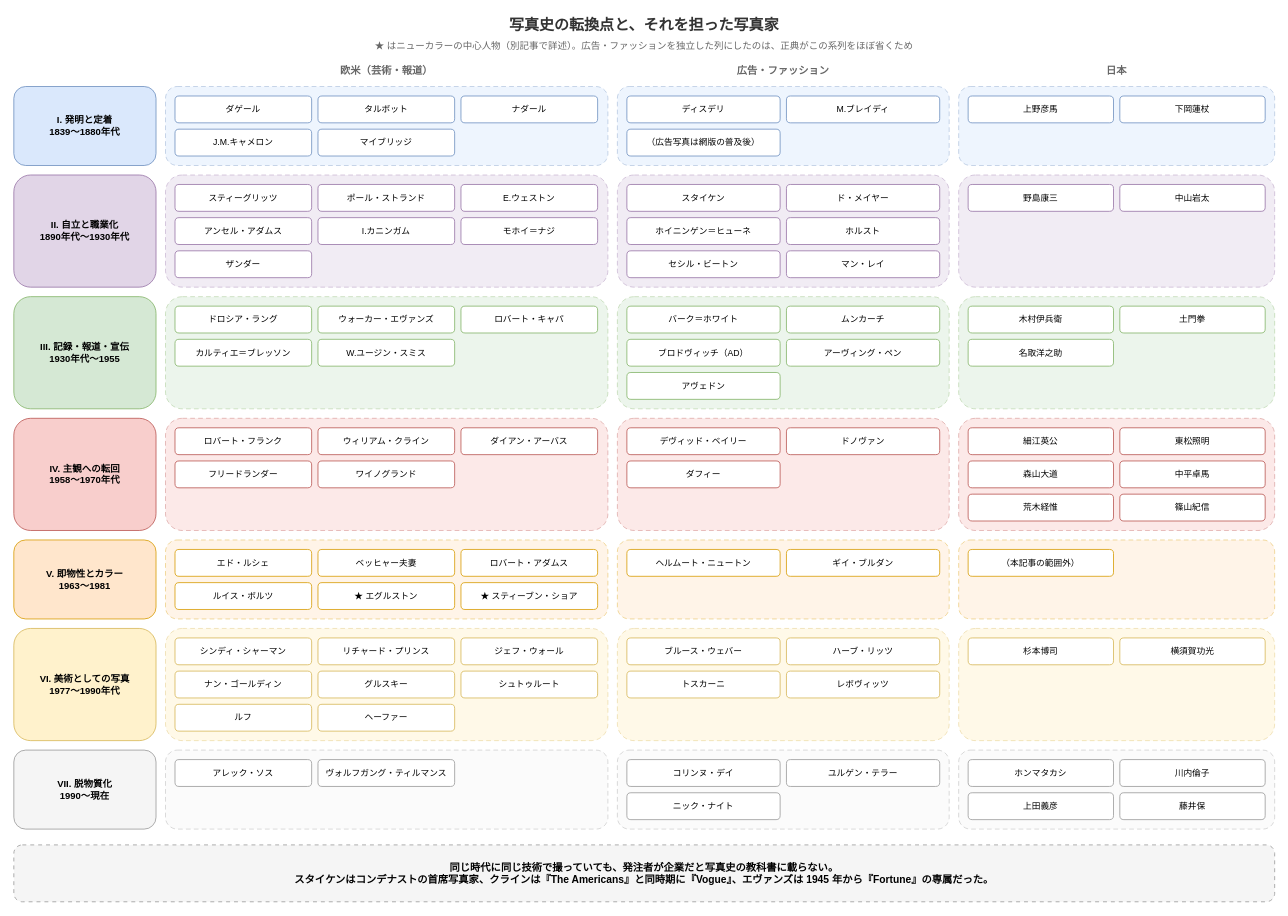
Above: static/images/photographers-by-era-map.drawio in hdknr/blogs (draw.io), before the change. Source tidied: cells renumbered, new cells numbered last; positions are measured from the earlier drawing's top-left corner, leaving out a move shared by most shapes. Both pictures are drawn from the tidied source at 79%, with x=0, y=0 at pixel (13, 13).
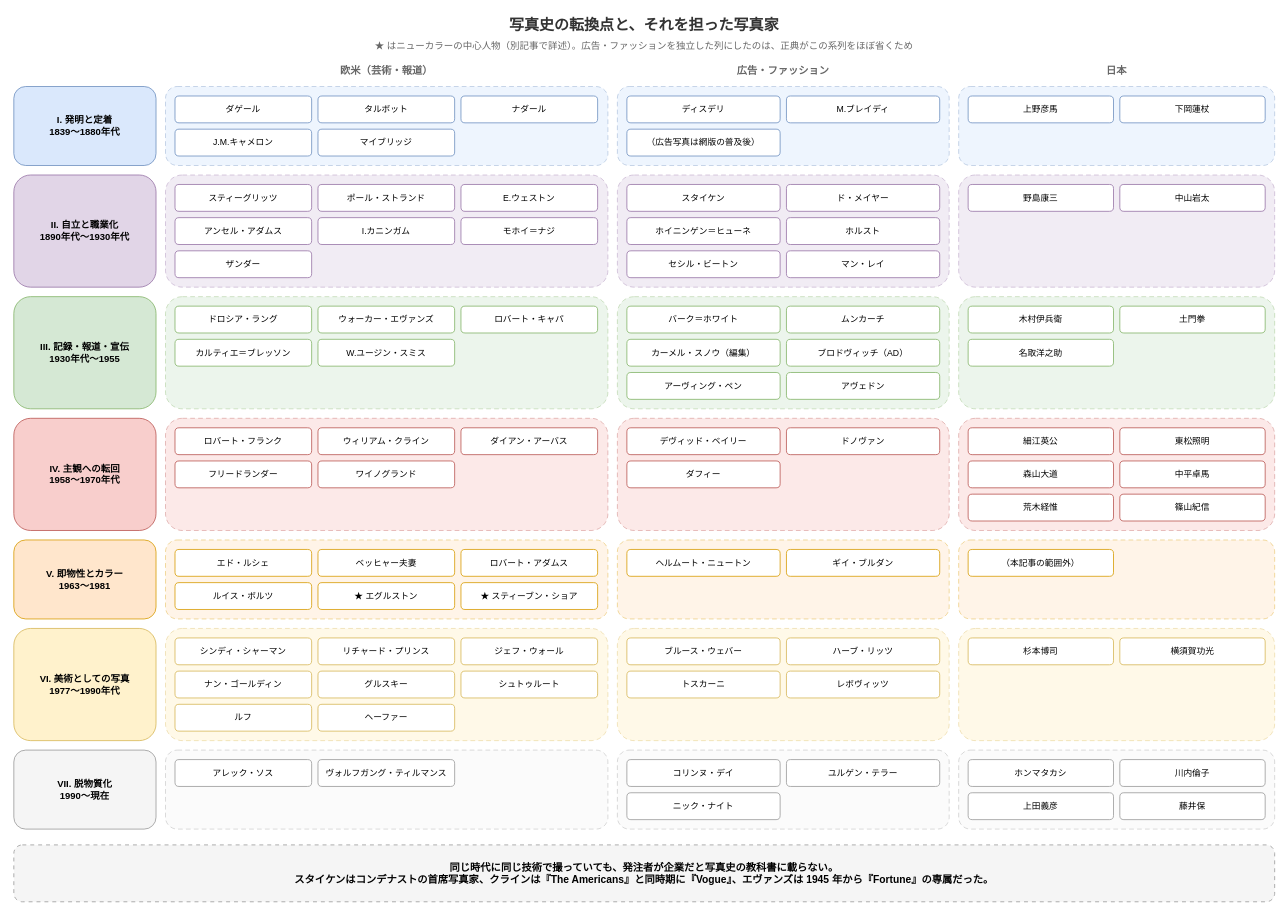
The same diagram, later.

The edit, as a diff of the source:
```diff
@@
-    <mxCell id="50" value="ブロドヴィッチ（AD）" style="rounded=1;whiteSpace=wrap;html=1;align=center;verticalAlign=middle;fontSize=11;fillColor=#ffffff;strokeColor=#82b366;" parent="1" vertex="1">
+    <mxCell id="50" value="カーメル・スノウ（編集）" style="rounded=1;whiteSpace=wrap;html=1;align=center;verticalAlign=middle;fontSize=11;fillColor=#ffffff;strokeColor=#82b366;" parent="1" vertex="1">
       <mxGeometry x="776" y="412" width="194" height="34" as="geometry" />
     </mxCell>
-    <mxCell id="51" value="アーヴィング・ペン" style="rounded=1;whiteSpace=wrap;html=1;align=center;verticalAlign=middle;fontSize=11;fillColor=#ffffff;strokeColor=#82b366;" parent="1" vertex="1">
+    <mxCell id="51" value="ブロドヴィッチ（AD）" style="rounded=1;whiteSpace=wrap;html=1;align=center;verticalAlign=middle;fontSize=11;fillColor=#ffffff;strokeColor=#82b366;" parent="1" vertex="1">
       <mxGeometry x="978" y="412" width="194" height="34" as="geometry" />
     </mxCell>
-    <mxCell id="52" value="アヴェドン" style="rounded=1;whiteSpace=wrap;html=1;align=center;verticalAlign=middle;fontSize=11;fillColor=#ffffff;strokeColor=#82b366;" parent="1" vertex="1">
+    <mxCell id="52" value="アーヴィング・ペン" style="rounded=1;whiteSpace=wrap;html=1;align=center;verticalAlign=middle;fontSize=11;fillColor=#ffffff;strokeColor=#82b366;" parent="1" vertex="1">
       <mxGeometry x="776" y="454" width="194" height="34" as="geometry" />
     </mxCell>
+    <mxCell id="120" value="アヴェドン" style="rounded=1;whiteSpace=wrap;html=1;align=center;verticalAlign=middle;fontSize=11;fillColor=#ffffff;strokeColor=#82b366;" parent="1" vertex="1">
+      <mxGeometry x="978" y="454" width="194" height="34" as="geometry" />
+    </mxCell>
```
